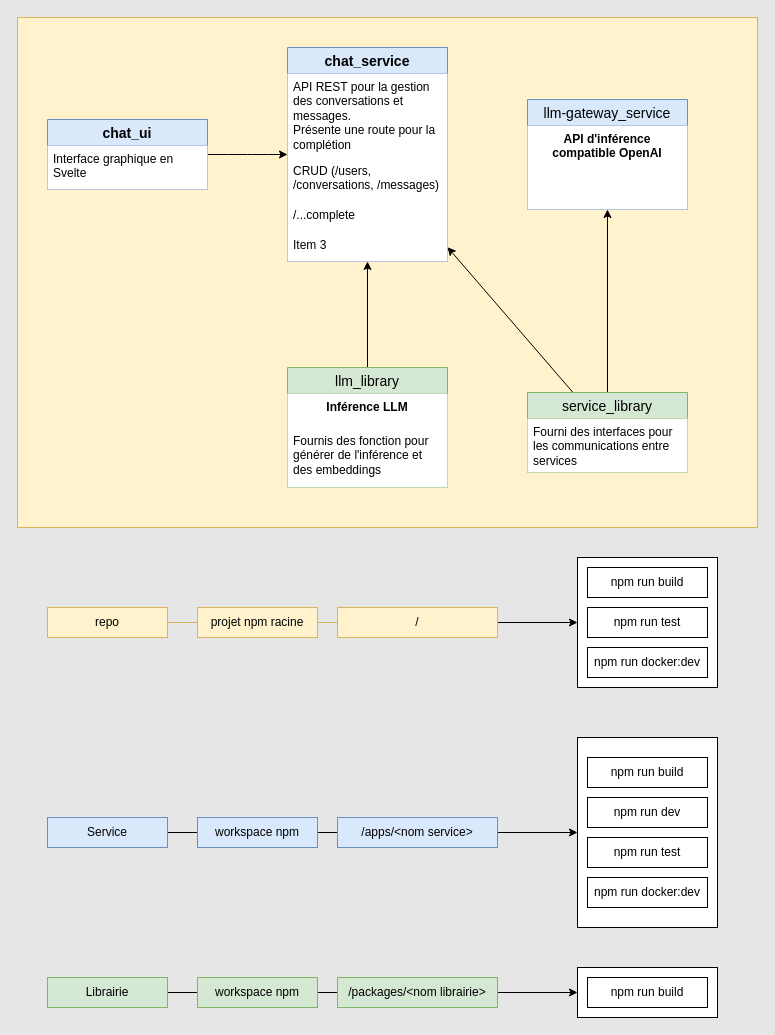
angekode/ai-services keeps this draw.io diagram as docs/architecture.drawio. Above is the earlier version. Source tidied: cells renumbered, new cells numbered last; positions are measured from the earlier drawing's top-left corner, leaving out a move shared by most shapes. Both pictures are drawn from the tidied source at 100%, with x=0, y=0 at pixel (17, 17).
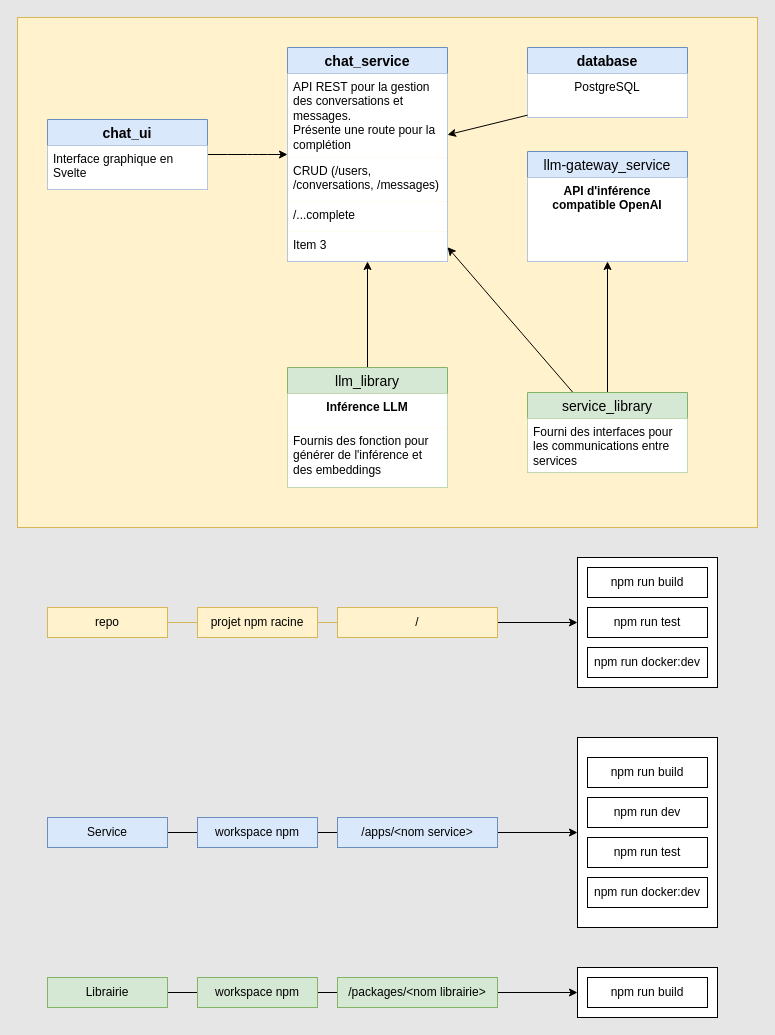
After the change.

Commit message:
Doc: Mise à jour graph

The change refers to these unchanged cells:
```xml
<mxCell id="4" value="chat_service" style="swimlane;fontStyle=1;horizontal=1;startSize=26;align=center;fontSize=14;fillColor=#dae8fc;strokeColor=#6c8ebf;" parent="1" vertex="1">
  <mxGeometry x="270" y="30" width="160" height="214" as="geometry" />
</mxCell>
```

The edit, as a diff of the source:
```diff
@@
     <mxCell id="20" value="llm-gateway_service" style="swimlane;fontStyle=0;horizontal=1;startSize=26;align=center;fontSize=14;fillColor=#dae8fc;strokeColor=#6c8ebf;" parent="1" vertex="1">
-      <mxGeometry x="510" y="82" width="160" height="110" as="geometry" />
+      <mxGeometry x="510" y="134" width="160" height="110" as="geometry" />
     </mxCell>
@@
+    <mxCell id="50" value="database" style="swimlane;fontStyle=1;horizontal=1;startSize=26;align=center;fontSize=14;fillColor=#dae8fc;strokeColor=#6c8ebf;" parent="1" vertex="1">
+      <mxGeometry x="510" y="30" width="160" height="70" as="geometry" />
+    </mxCell>
+    <mxCell id="51" value="PostgreSQL" style="text;spacingLeft=4;spacingRight=4;overflow=hidden;points=[[0,0.5],[1,0.5]];portConstraint=eastwest;fontSize=12;whiteSpace=wrap;html=1;fillColor=default;align=center;" parent="50" vertex="1">
+      <mxGeometry y="26" width="160" height="44" as="geometry" />
+    </mxCell>
+    <mxCell id="52" style="edgeStyle=none;html=1;" parent="1" edge="1" source="51" target="4">
+      <mxGeometry relative="1" as="geometry" />
+    </mxCell>
```
